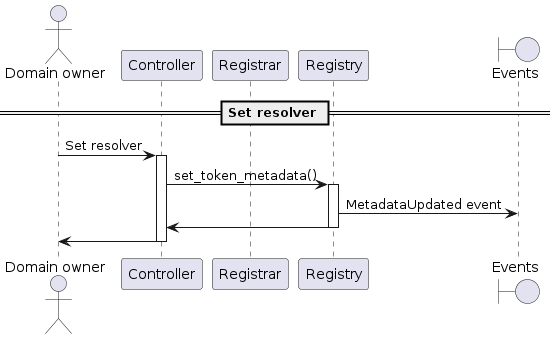
Earlier version of the PlantUML export docs/sequence-diagrams/puml/set-resolver.png (make-software/cspr-name-contracts). The source it was exported from:
```plantuml
@startuml

actor "Domain owner"
participant "Controller"
participant "Registrar"
participant "Registry"
boundary "Events"

== Set resolver ==

"Domain owner" -> Controller: Set resolver
activate Controller

Controller -> Registry: set_token_metadata()
activate Registry
Registry -> "Events": MetadataUpdated event
Registry -> Controller
deactivate Registry
Controller -> "Domain owner"
deactivate Controller
@enduml
```
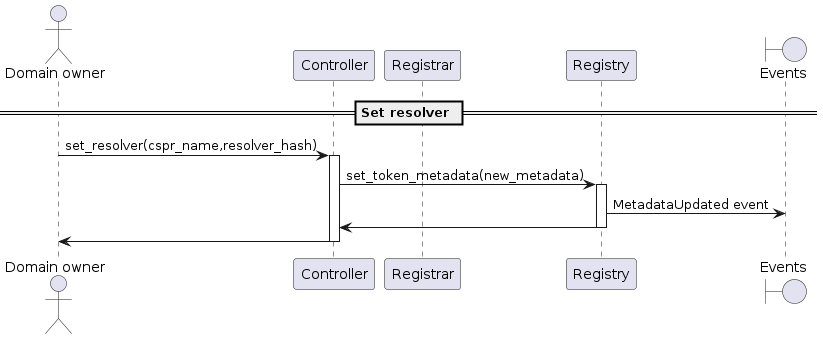
The same file after the commit.

What changed in the source:
```diff
@@ -8,10 +8,10 @@
 
 == Set resolver ==
 
-"Domain owner" -> Controller: Set resolver
+"Domain owner" -> Controller: set_resolver(cspr_name,resolver_hash)
 activate Controller
 
-Controller -> Registry: set_token_metadata()
+Controller -> Registry: set_token_metadata(new_metadata)
 activate Registry
 Registry -> "Events": MetadataUpdated event
 Registry -> Controller
```
